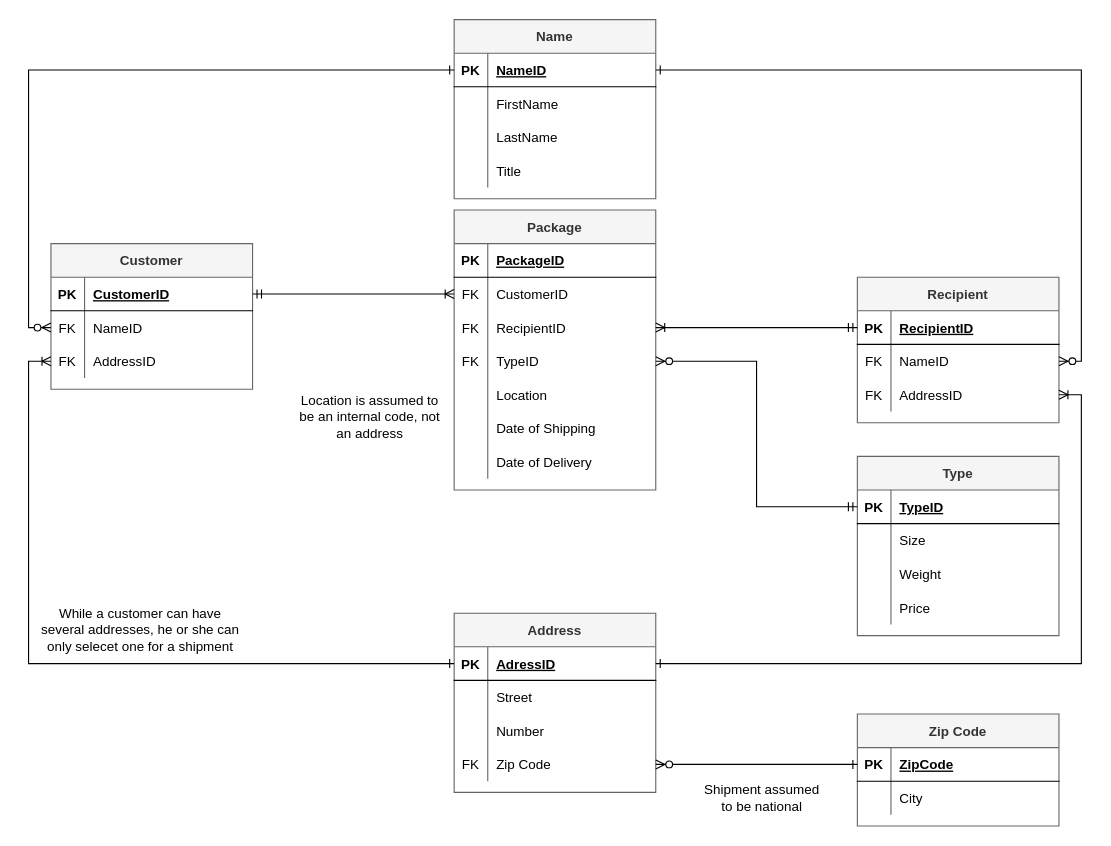
Before: page "Step-4" (4 of 5) of MailDeliveryServices.drawio in 20180912/CFLMS-Mark-CodeReview-09, a draw.io diagram. Source tidied: cells renumbered, new cells numbered last; positions are measured from the earlier drawing's top-left corner, leaving out a move shared by most shapes. Both pictures are drawn from the tidied source at 112%, with x=0, y=0 at pixel (39, 19).
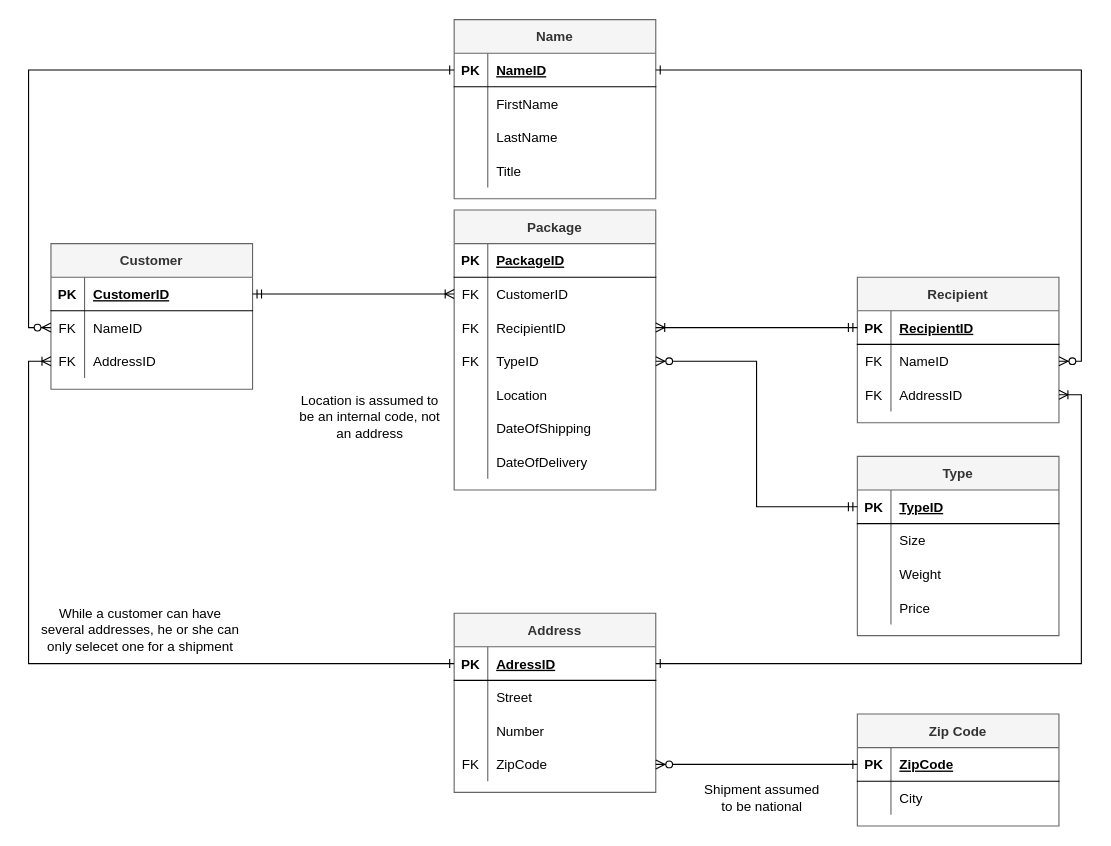
The same diagram, later.

Unchanged cells that the change refers to:
```xml
<mxCell id="18" style="shape=partialRectangle;fillColor=none;top=0;left=0;bottom=0;right=0;" parent="2" vertex="1">
  <mxGeometry y="180" width="180" height="30" as="geometry" />
</mxCell>
<mxCell id="21" style="shape=partialRectangle;fillColor=none;top=0;left=0;bottom=0;right=0;" parent="2" vertex="1">
  <mxGeometry y="210" width="180" height="30" as="geometry" />
</mxCell>
<mxCell id="56" style="shape=partialRectangle;fillColor=none;top=0;left=0;bottom=0;right=0;points=[[0,0.5],[1,0.5]];portConstraint=eastwest;" parent="46" vertex="1">
  <mxGeometry y="120" width="180" height="30" as="geometry" />
</mxCell>
```

What changed in the source:
```diff
@@
-    <mxCell id="20" value="Date of Shipping" style="shape=partialRectangle;fillColor=none;top=0;left=0;bottom=0;right=0;align=left;spacingLeft=6;overflow=hidden;" parent="18" vertex="1">
+    <mxCell id="20" value="DateOfShipping" style="shape=partialRectangle;fillColor=none;top=0;left=0;bottom=0;right=0;align=left;spacingLeft=6;overflow=hidden;" parent="18" vertex="1">
       <mxGeometry x="30" width="150" height="30" as="geometry" />
     </mxCell>
@@
-    <mxCell id="23" value="Date of Delivery" style="shape=partialRectangle;fillColor=none;top=0;left=0;bottom=0;right=0;align=left;spacingLeft=6;overflow=hidden;" parent="21" vertex="1">
+    <mxCell id="23" value="DateOfDelivery" style="shape=partialRectangle;fillColor=none;top=0;left=0;bottom=0;right=0;align=left;spacingLeft=6;overflow=hidden;" parent="21" vertex="1">
       <mxGeometry x="30" width="150" height="30" as="geometry" />
     </mxCell>
@@
-    <mxCell id="58" value="Zip Code" style="shape=partialRectangle;fillColor=none;top=0;left=0;bottom=0;right=0;align=left;spacingLeft=6;overflow=hidden;" parent="56" vertex="1">
+    <mxCell id="58" value="ZipCode" style="shape=partialRectangle;fillColor=none;top=0;left=0;bottom=0;right=0;align=left;spacingLeft=6;overflow=hidden;" parent="56" vertex="1">
       <mxGeometry x="30" width="150" height="30" as="geometry" />
     </mxCell>
```
